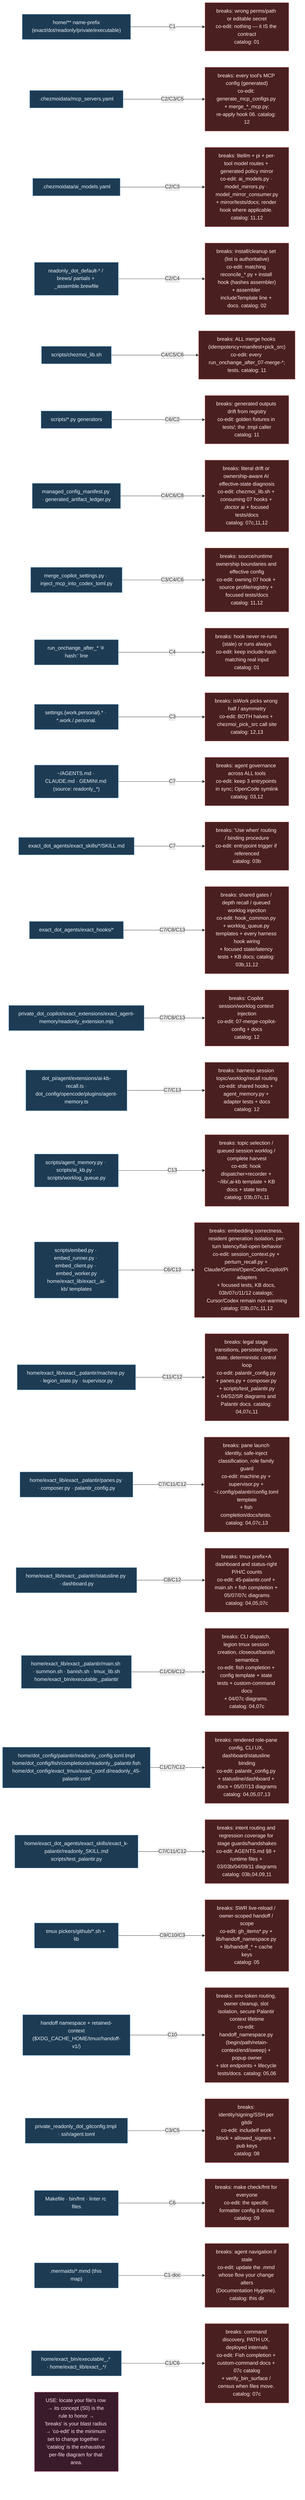
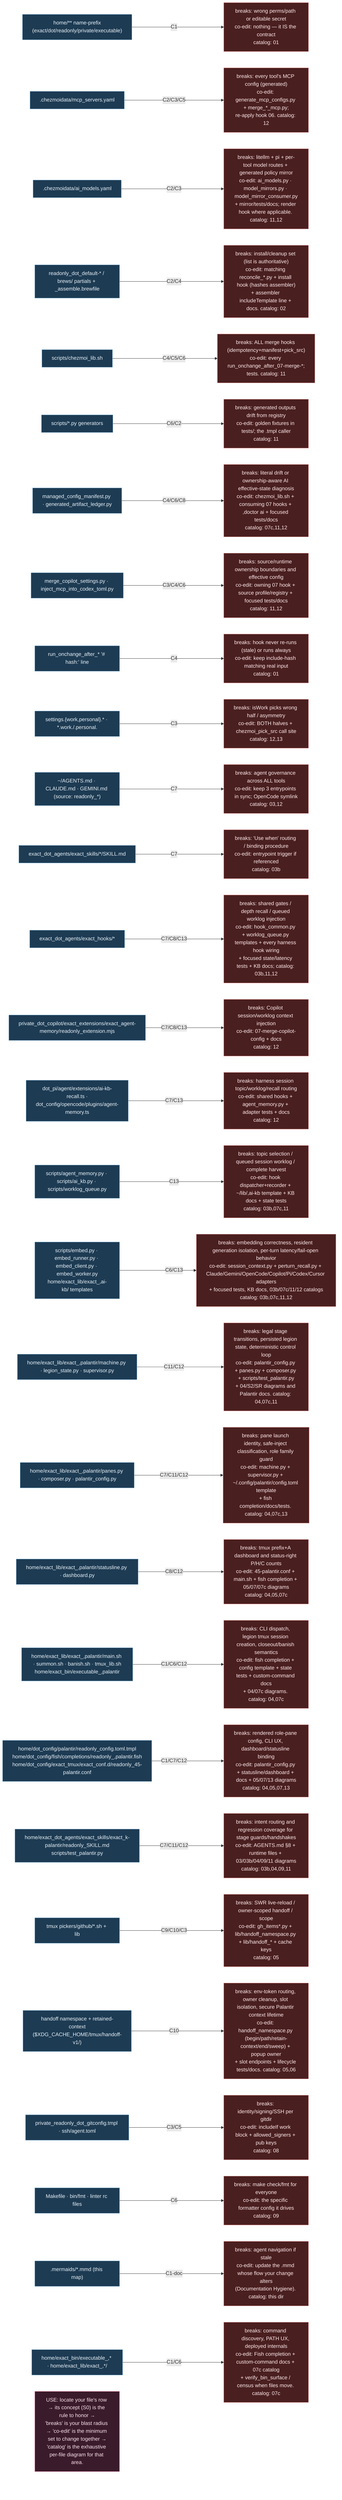
%% ============================================================================
%% SR-index.mmd — REVERSE INDEX ("maps into each particle").
%% Given a file/area you're about to touch, find: which CONCEPT it serves,
%% what BREAKS if you change it wrong, and the CO-EDIT SET (what must move with
%% it). This is the bridge from the semantic cloud (S0) down to the exhaustive
%% catalog (00-13). Concept IDs (C1..C13) refer to S0-concepts.mmd.
%% Mermaid note: rendered as a left→right map; for the dense table read source.
%% ============================================================================
flowchart LR
    classDef area fill:#1d3b53,stroke:#7fb3d5,color:#eaf2f8;
    classDef c fill:#3a1b2b,stroke:#f48fb1,color:#fce4ec;
    classDef brk fill:#4a1f1f,stroke:#ef9a9a,color:#ffebee;

    A1["home/** name-prefix<br/>(exact/dot/readonly/private/executable)"]:::area -->|C1| B1["breaks: wrong perms/path or editable secret<br/>co-edit: nothing — it IS the contract<br/>catalog: 01"]:::brk
    A2[".chezmoidata/mcp_servers.yaml"]:::area -->|C2/C3/C5| B2["breaks: every tool's MCP config (generated)<br/>co-edit: generate_mcp_configs.py + merge_*_mcp.py;<br/>re-apply hook 06. catalog: 12"]:::brk
    A3[".chezmoidata/ai_models.yaml"]:::area -->|C2/C3| B3["breaks: litellm + pi + per-tool model routes + generated policy mirror<br/>co-edit: ai_models.py · model_mirrors.py · model_mirror_consumer.py<br/>+ mirror/tests/docs; render hook where applicable. catalog: 11,12"]:::brk
    A4["readonly_dot_default-* / brews/ partials + _assemble.brewfile"]:::area -->|C2/C4| B4["breaks: install/cleanup set (list is authoritative)<br/>co-edit: matching reconcile_*.py + install hook (hashes assembler)<br/>+ assembler includeTemplate line + docs. catalog: 02"]:::brk
    A5["scripts/chezmoi_lib.sh"]:::area -->|C4/C5/C6| B5["breaks: ALL merge hooks (idempotency+manifest+pick_src)<br/>co-edit: every run_onchange_after_07-merge-*;<br/>tests. catalog: 11"]:::brk
    A6["scripts/*.py generators"]:::area -->|C6/C2| B6["breaks: generated outputs drift from registry<br/>co-edit: golden fixtures in tests/; the .tmpl caller<br/>catalog: 11"]:::brk
    A6b["managed_config_manifest.py · generated_artifact_ledger.py"]:::area -->|C4/C6/C8| B6b["breaks: literal drift or ownership-aware AI effective-state diagnosis<br/>co-edit: chezmoi_lib.sh + consuming 07 hooks + ,doctor ai + focused tests/docs<br/>catalog: 07c,11,12"]:::brk
    A6c["merge_copilot_settings.py · inject_mcp_into_codex_toml.py"]:::area -->|C3/C4/C6| B6c["breaks: source/runtime ownership boundaries and effective config<br/>co-edit: owning 07 hook + source profile/registry + focused tests/docs<br/>catalog: 11,12"]:::brk
    A7["run_onchange_after_* '# hash:' line"]:::area -->|C4| B7["breaks: hook never re-runs (stale) or runs always<br/>co-edit: keep include-hash matching real input<br/>catalog: 01"]:::brk
    A8["settings.{work,personal}.* · *.work./.personal."]:::area -->|C3| B8["breaks: isWork picks wrong half / asymmetry<br/>co-edit: BOTH halves + chezmoi_pick_src call site<br/>catalog: 12,13"]:::brk
    A9["~/AGENTS.md · CLAUDE.md · GEMINI.md (source: readonly_*)"]:::area -->|C7| B9["breaks: agent governance across ALL tools<br/>co-edit: keep 3 entrypoints in sync; OpenCode symlink<br/>catalog: 03,12"]:::brk
    A10["exact_dot_agents/exact_skills/*/SKILL.md"]:::area -->|C7| B10["breaks: 'Use when' routing / binding procedure<br/>co-edit: entrypoint trigger if referenced<br/>catalog: 03b"]:::brk
    A11["exact_dot_agents/exact_hooks/*"]:::area -->|C7/C8/C13| B11["breaks: shared gates / depth recall / queued worklog injection<br/>co-edit: hook_common.py + worklog_queue.py templates + every harness hook wiring<br/>+ focused state/latency tests + KB docs; catalog: 03b,11,12"]:::brk
    A11b["private_dot_copilot/exact_extensions/exact_agent-memory/readonly_extension.mjs"]:::area -->|C7/C8/C13| B11b["breaks: Copilot session/worklog context injection<br/>co-edit: 07-merge-copilot-config + docs<br/>catalog: 12"]:::brk
    A11c["dot_pi/agent/extensions/ai-kb-recall.ts ·<br/>dot_config/opencode/plugins/agent-memory.ts"]:::area -->|C7/C13| B11c["breaks: harness session topic/worklog/recall routing<br/>co-edit: shared hooks + agent_memory.py + adapter tests + docs<br/>catalog: 12"]:::brk
    A11d["scripts/agent_memory.py · scripts/ai_kb.py · scripts/worklog_queue.py"]:::area -->|C13| B11d["breaks: topic selection / queued session worklog / complete harvest<br/>co-edit: hook dispatcher+recorder + ~/lib/,ai-kb template + KB docs + state tests<br/>catalog: 03b,07c,11"]:::brk
-     A11e["scripts/embed.py · embed_runner.py · embed_client.py · embed_worker.py<br/>home/exact_lib/exact_,ai-kb/ templates"]:::area -->|C6/C13| B11e["breaks: embedding correctness, resident generation isolation, per-turn latency/fail-open behavior<br/>co-edit: session_context.py + perturn_recall.py + Claude/Gemini/OpenCode/Copilot/Pi adapters<br/>+ focused tests, KB docs, 03b/07c/11/12 catalogs; Cursor/Codex remain non-warming<br/>catalog: 03b,07c,11,12"]:::brk
+     A11e["scripts/embed.py · embed_runner.py · embed_client.py · embed_worker.py<br/>home/exact_lib/exact_,ai-kb/ templates"]:::area -->|C6/C13| B11e["breaks: embedding correctness, resident generation isolation, per-turn latency/fail-open behavior<br/>co-edit: session_context.py + perturn_recall.py + Claude/Gemini/OpenCode/Copilot/Pi/Codex/Cursor adapters<br/>+ focused tests, KB docs, 03b/07c/11/12 catalogs<br/>catalog: 03b,07c,11,12"]:::brk
    A12["home/exact_lib/exact_,palantir/machine.py · legion_state.py · supervisor.py"]:::area -->|C11/C12| B12["breaks: legal stage transitions, persisted legion state, deterministic control loop<br/>co-edit: palantir_config.py + panes.py + composer.py + scripts/test_palantir.py<br/>+ 04/S2/SR diagrams and Palantir docs. catalog: 04,07c,11"]:::brk
    A12b["home/exact_lib/exact_,palantir/panes.py · composer.py · palantir_config.py"]:::area -->|C7/C11/C12| B12b["breaks: pane launch identity, safe-inject classification, role family guard<br/>co-edit: machine.py + supervisor.py + ~/.config/palantir/config.toml template<br/>+ fish completion/docs/tests. catalog: 04,07c,13"]:::brk
    A12c["home/exact_lib/exact_,palantir/statusline.py · dashboard.py"]:::area -->|C8/C12| B12c["breaks: tmux prefix+A dashboard and status-right P/H/C counts<br/>co-edit: 45-palantir.conf + main.sh + fish completion + 05/07/07c diagrams<br/>catalog: 04,05,07c"]:::brk
    A12d["home/exact_lib/exact_,palantir/main.sh · summon.sh · banish.sh · tmux_lib.sh<br/>home/exact_bin/executable_,palantir"]:::area -->|C1/C6/C12| B12d["breaks: CLI dispatch, legion tmux session creation, closeout/banish semantics<br/>co-edit: fish completion + config template + state tests + custom-command docs<br/>+ 04/07c diagrams. catalog: 04,07c"]:::brk
    A12e["home/dot_config/palantir/readonly_config.toml.tmpl<br/>home/dot_config/fish/completions/readonly_,palantir.fish<br/>home/dot_config/exact_tmux/exact_conf.d/readonly_45-palantir.conf"]:::area -->|C1/C7/C12| B12e["breaks: rendered role-pane config, CLI UX, dashboard/statusline binding<br/>co-edit: palantir_config.py + statusline/dashboard + docs + 05/07/13 diagrams<br/>catalog: 04,05,07,13"]:::brk
    A12f["home/exact_dot_agents/exact_skills/exact_k-palantir/readonly_SKILL.md<br/>scripts/test_palantir.py"]:::area -->|C7/C11/C12| B12f["breaks: intent routing and regression coverage for stage guards/handshakes<br/>co-edit: AGENTS.md §8 + runtime files + 03/03b/04/09/11 diagrams<br/>catalog: 03b,04,09,11"]:::brk
    A13["tmux pickers/github/*.sh + lib"]:::area -->|C9/C10/C3| B13["breaks: SWR live-reload / owner-scoped handoff / scope<br/>co-edit: gh_items*.py + lib/handoff_namespace.py + lib/handoff_* + cache keys<br/>catalog: 05"]:::brk
    A14["handoff namespace + retained-context<br/>($XDG_CACHE_HOME/tmux/handoff-v1/)"]:::area -->|C10| B14["breaks: env-token routing, owner cleanup, slot isolation, secure Palantir context lifetime<br/>co-edit: handoff_namespace.py (begin/path/retain-context/end/sweep) + popup owner<br/>+ slot endpoints + lifecycle tests/docs. catalog: 05,06"]:::brk
    A15["private_readonly_dot_gitconfig.tmpl · ssh/agent.toml"]:::area -->|C3/C5| B15["breaks: identity/signing/SSH per gitdir<br/>co-edit: includeIf work block + allowed_signers + pub keys<br/>catalog: 08"]:::brk
    A16["Makefile · bin/fmt · linter rc files"]:::area -->|C6| B16["breaks: make check/fmt for everyone<br/>co-edit: the specific formatter config it drives<br/>catalog: 09"]:::brk
    A17[".mermaids/*.mmd (this map)"]:::area -->|C1-doc| B17["breaks: agent navigation if stale<br/>co-edit: update the .mmd whose flow your change alters<br/>(Documentation Hygiene). catalog: this dir"]:::brk
    A18["home/exact_bin/executable_,* · home/exact_lib/exact_,*/"]:::area -->|C1/C6| B18["breaks: command discovery, PATH UX, deployed internals<br/>co-edit: Fish completion + custom-command docs + 07c catalog<br/>+ verify_bin_surface / census when files move. catalog: 07c"]:::brk

    GUIDE["USE: locate your file's row → its concept (S0) is the rule to honor →<br/>'breaks' is your blast radius → 'co-edit' is the minimum set to change together →<br/>'catalog' is the exhaustive per-file diagram for that area."]:::c
